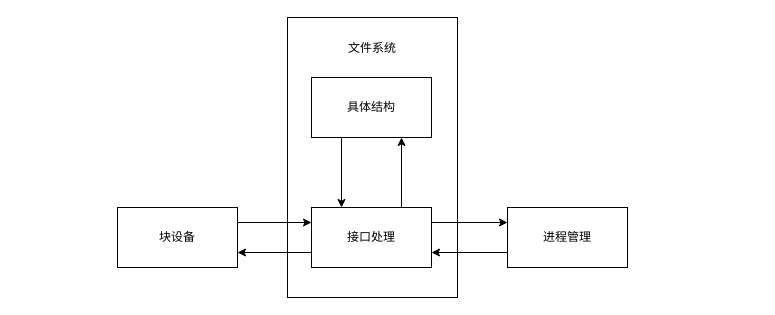
Before: 未命名绘图.drawio in Arthasczt/file-system-design, a draw.io diagram. Source tidied: cells renumbered, new cells numbered last; positions are measured from the earlier drawing's top-left corner, leaving out a move shared by most shapes. Both pictures are drawn from the tidied source at 100%, with x=0, y=0 at pixel (117, 17).
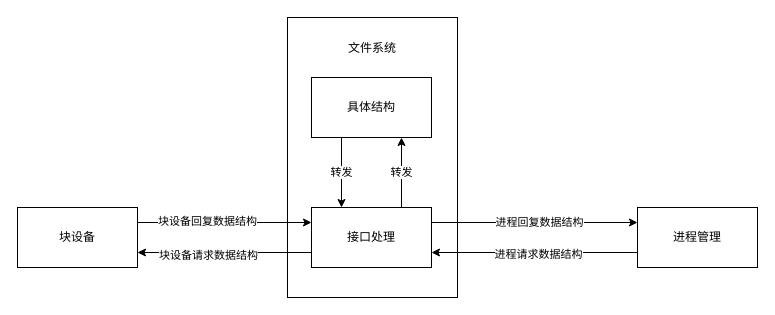
The same page after the edit.

Commit message:
文件系统结构3.drawio

Change to the diagram source:
```diff
@@
 <mxGraphModel>
   <root>
     <mxCell id="0" />
     <mxCell id="1" parent="0" />
     <mxCell id="2" value="文件系统" style="rounded=0;whiteSpace=wrap;html=1;verticalAlign=top;spacingTop=17;" parent="1" vertex="1">
       <mxGeometry x="170" width="170" height="280" as="geometry" />
     </mxCell>
-    <mxCell id="3" style="edgeStyle=orthogonalEdgeStyle;rounded=0;jettySize=auto;html=1;exitX=0.75;exitY=0;exitDx=0;exitDy=0;entryX=0.75;entryY=1;entryDx=0;entryDy=0;" parent="1" edge="1" source="6" target="8">
+    <mxCell id="3" value="转发" style="edgeStyle=orthogonalEdgeStyle;rounded=0;jettySize=auto;html=1;exitX=0.75;exitY=0;exitDx=0;exitDy=0;entryX=0.75;entryY=1;entryDx=0;entryDy=0;" parent="1" edge="1" source="6" target="8">
       <mxGeometry relative="1" as="geometry" />
     </mxCell>
     <mxCell id="4" style="edgeStyle=orthogonalEdgeStyle;rounded=0;jettySize=auto;html=1;exitX=0;exitY=0.75;exitDx=0;exitDy=0;entryX=1;entryY=0.75;entryDx=0;entryDy=0;" parent="1" edge="1" source="6" target="12">
       <mxGeometry relative="1" as="geometry" />
     </mxCell>
+    <mxCell id="13" value="块设备请求数据结构" style="edgeLabel;html=1;align=center;verticalAlign=middle;" parent="4" vertex="1">
+      <mxGeometry x="0.33" y="2" relative="1" as="geometry">
+        <mxPoint x="12" as="offset" />
+      </mxGeometry>
+    </mxCell>
-    <mxCell id="5" style="edgeStyle=orthogonalEdgeStyle;rounded=0;jettySize=auto;html=1;exitX=1;exitY=0.25;exitDx=0;exitDy=0;entryX=0;entryY=0.25;entryDx=0;entryDy=0;" parent="1" edge="1" source="6" target="10">
+    <mxCell id="5" value="进程回复数据结构" style="edgeStyle=orthogonalEdgeStyle;rounded=0;jettySize=auto;html=1;exitX=1;exitY=0.25;exitDx=0;exitDy=0;entryX=0;entryY=0.25;entryDx=0;entryDy=0;spacingLeft=9;" parent="1" edge="1" source="6" target="10">
       <mxGeometry relative="1" as="geometry" />
     </mxCell>
     <mxCell id="6" value="接口处理" style="rounded=0;whiteSpace=wrap;html=1;" parent="1" vertex="1">
       <mxGeometry x="194" y="190" width="120" height="60" as="geometry" />
     </mxCell>
-    <mxCell id="7" style="edgeStyle=orthogonalEdgeStyle;rounded=0;jettySize=auto;html=1;exitX=0.25;exitY=1;exitDx=0;exitDy=0;entryX=0.25;entryY=0;entryDx=0;entryDy=0;" parent="1" edge="1" source="8" target="6">
+    <mxCell id="7" value="转发" style="edgeStyle=orthogonalEdgeStyle;rounded=0;jettySize=auto;html=1;exitX=0.25;exitY=1;exitDx=0;exitDy=0;entryX=0.25;entryY=0;entryDx=0;entryDy=0;" parent="1" edge="1" source="8" target="6">
       <mxGeometry relative="1" as="geometry" />
     </mxCell>
     <mxCell id="8" value="具体结构" style="rounded=0;whiteSpace=wrap;html=1;" parent="1" vertex="1">
       <mxGeometry x="194" y="60" width="120" height="60" as="geometry" />
     </mxCell>
     <mxCell id="9" style="edgeStyle=orthogonalEdgeStyle;rounded=0;jettySize=auto;html=1;exitX=0;exitY=0.75;exitDx=0;exitDy=0;entryX=1;entryY=0.75;entryDx=0;entryDy=0;" parent="1" edge="1" source="10" target="6">
       <mxGeometry relative="1" as="geometry" />
     </mxCell>
+    <mxCell id="14" value="进程请求数据结构" style="edgeLabel;html=1;align=center;verticalAlign=middle;" parent="9" vertex="1">
+      <mxGeometry x="0.22" y="1" relative="1" as="geometry">
+        <mxPoint x="26" as="offset" />
+      </mxGeometry>
+    </mxCell>
     <mxCell id="10" value="进程管理" style="rounded=0;whiteSpace=wrap;html=1;" parent="1" vertex="1">
-      <mxGeometry x="390" y="190" width="120" height="60" as="geometry" />
+      <mxGeometry x="520" y="190" width="120" height="60" as="geometry" />
     </mxCell>
     <mxCell id="11" style="edgeStyle=orthogonalEdgeStyle;rounded=0;jettySize=auto;html=1;exitX=1;exitY=0.25;exitDx=0;exitDy=0;entryX=0;entryY=0.25;entryDx=0;entryDy=0;" parent="1" edge="1" source="12" target="6">
       <mxGeometry relative="1" as="geometry" />
     </mxCell>
+    <mxCell id="15" value="块设备回复数据结构" style="edgeLabel;html=1;align=center;verticalAlign=middle;" parent="11" vertex="1">
+      <mxGeometry x="-0.21" y="2" relative="1" as="geometry" />
+    </mxCell>
     <mxCell id="12" value="块设备" style="rounded=0;whiteSpace=wrap;html=1;" parent="1" vertex="1">
-      <mxGeometry y="190" width="120" height="60" as="geometry" />
+      <mxGeometry x="-100" y="190" width="120" height="60" as="geometry" />
     </mxCell>
   </root>
 </mxGraphModel>
```
